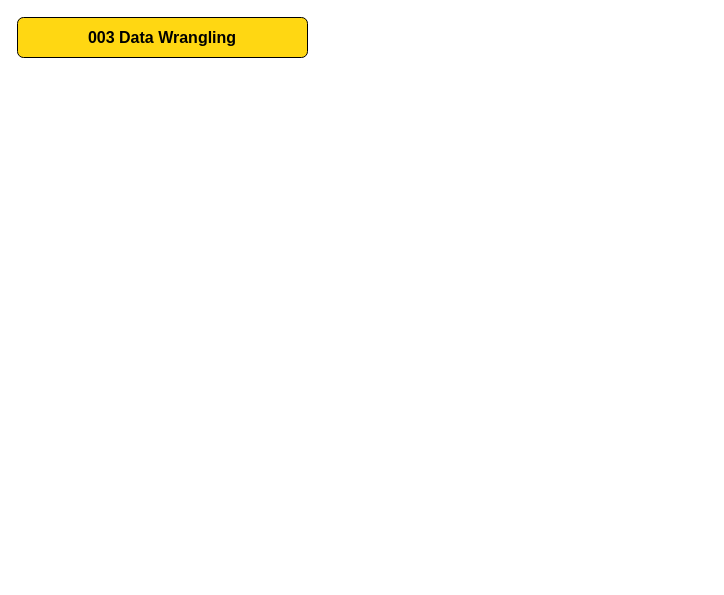
greyisbetter/docs keeps this draw.io diagram as datawrangling.drawio. Above is the earlier version. Source tidied: cells renumbered, new cells numbered last; positions are measured from the earlier drawing's top-left corner, leaving out a move shared by most shapes. Both pictures are drawn from the tidied source at 100%, with x=0, y=0 at pixel (17, 17).
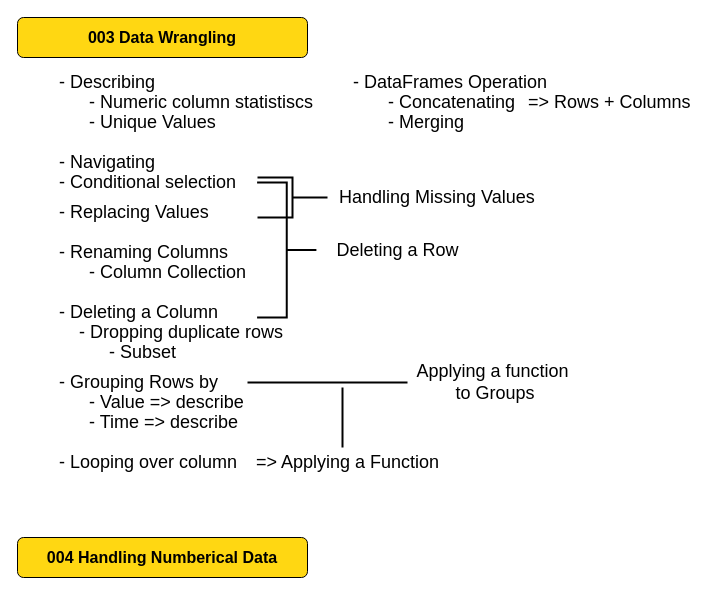
The same page after the edit.

Change to the diagram source:
```diff
@@
+    <mxCell id="3" value="- Describing" style="text;html=1;align=left;verticalAlign=middle;strokeColor=none;fillColor=none;fontSize=18;" parent="1" vertex="1">
+      <mxGeometry x="40" y="50" width="110" height="30" as="geometry" />
+    </mxCell>
+    <mxCell id="4" value="- Navigating" style="text;html=1;align=left;verticalAlign=middle;strokeColor=none;fillColor=none;fontSize=18;" parent="1" vertex="1">
+      <mxGeometry x="40" y="130" width="110" height="30" as="geometry" />
+    </mxCell>
+    <mxCell id="5" value="- Conditional selection" style="text;html=1;align=left;verticalAlign=middle;strokeColor=none;fillColor=none;fontSize=18;" parent="1" vertex="1">
+      <mxGeometry x="40" y="150" width="190" height="30" as="geometry" />
+    </mxCell>
+    <mxCell id="6" value="- Replacing Values" style="text;html=1;align=left;verticalAlign=middle;strokeColor=none;fillColor=none;fontSize=18;" parent="1" vertex="1">
+      <mxGeometry x="40" y="180" width="170" height="30" as="geometry" />
+    </mxCell>
+    <mxCell id="7" value="- Renaming Columns" style="text;html=1;align=left;verticalAlign=middle;strokeColor=none;fillColor=none;fontSize=18;" parent="1" vertex="1">
+      <mxGeometry x="40" y="220" width="180" height="30" as="geometry" />
+    </mxCell>
+    <mxCell id="8" value="- Column Collection" style="text;html=1;align=left;verticalAlign=middle;strokeColor=none;fillColor=none;fontSize=18;" parent="1" vertex="1">
+      <mxGeometry x="70" y="240" width="170" height="30" as="geometry" />
+    </mxCell>
+    <mxCell id="9" value="- Numeric column statistiscs" style="text;html=1;align=left;verticalAlign=middle;strokeColor=none;fillColor=none;fontSize=18;" parent="1" vertex="1">
+      <mxGeometry x="70" y="70" width="240" height="30" as="geometry" />
+    </mxCell>
+    <mxCell id="10" value="- Unique Values" style="text;html=1;align=left;verticalAlign=middle;strokeColor=none;fillColor=none;fontSize=18;" parent="1" vertex="1">
+      <mxGeometry x="70" y="90" width="140" height="30" as="geometry" />
+    </mxCell>
+    <mxCell id="11" value="Handling Missing Values" style="text;html=1;align=left;verticalAlign=middle;strokeColor=none;fillColor=none;fontSize=18;" parent="1" vertex="1">
+      <mxGeometry x="320" y="165" width="210" height="30" as="geometry" />
+    </mxCell>
+    <mxCell id="12" value="- Deleting a Column" style="text;html=1;align=left;verticalAlign=middle;strokeColor=none;fillColor=none;fontSize=18;" parent="1" vertex="1">
+      <mxGeometry x="40" y="280" width="170" height="30" as="geometry" />
+    </mxCell>
+    <mxCell id="13" style="strokeWidth=2;html=1;shape=mxgraph.flowchart.annotation_2;align=left;labelPosition=right;fontSize=18;rotation=-180;" parent="1" vertex="1">
+      <mxGeometry x="239.6" y="165" width="59.3" height="135" as="geometry" />
+    </mxCell>
+    <mxCell id="14" style="strokeWidth=2;html=1;shape=mxgraph.flowchart.annotation_2;align=left;labelPosition=right;fontSize=18;rotation=-180;" parent="1" vertex="1">
+      <mxGeometry x="240" y="160" width="70" height="40" as="geometry" />
+    </mxCell>
+    <mxCell id="15" value="Deleting a Row" style="text;html=1;align=center;verticalAlign=middle;strokeColor=none;fillColor=none;fontSize=18;" parent="1" vertex="1">
+      <mxGeometry x="310" y="217.5" width="140" height="30" as="geometry" />
+    </mxCell>
+    <mxCell id="16" value="- Dropping duplicate rows" style="text;html=1;align=left;verticalAlign=middle;strokeColor=none;fillColor=none;fontSize=18;" parent="1" vertex="1">
+      <mxGeometry x="60" y="300" width="220" height="30" as="geometry" />
+    </mxCell>
+    <mxCell id="17" value="- Subset" style="text;html=1;align=left;verticalAlign=middle;strokeColor=none;fillColor=none;fontSize=18;" parent="1" vertex="1">
+      <mxGeometry x="90" y="320" width="80" height="30" as="geometry" />
+    </mxCell>
+    <mxCell id="18" value="- Grouping Rows by&amp;nbsp;" style="text;html=1;align=left;verticalAlign=middle;strokeColor=none;fillColor=none;fontSize=18;" parent="1" vertex="1">
+      <mxGeometry x="40" y="350" width="180" height="30" as="geometry" />
+    </mxCell>
+    <mxCell id="19" value="- Value =&amp;gt; describe" style="text;html=1;align=left;verticalAlign=middle;strokeColor=none;fillColor=none;fontSize=18;" parent="1" vertex="1">
+      <mxGeometry x="70" y="370" width="170" height="30" as="geometry" />
+    </mxCell>
+    <mxCell id="20" value="- Time =&amp;gt; describe" style="text;html=1;align=left;verticalAlign=middle;strokeColor=none;fillColor=none;fontSize=18;" parent="1" vertex="1">
+      <mxGeometry x="70" y="390" width="160" height="30" as="geometry" />
+    </mxCell>
+    <mxCell id="21" value="- Looping over column" style="text;html=1;align=left;verticalAlign=middle;strokeColor=none;fillColor=none;fontSize=18;" parent="1" vertex="1">
+      <mxGeometry x="40" y="430" width="190" height="30" as="geometry" />
+    </mxCell>
+    <mxCell id="22" value="=&amp;gt; Applying a Function" style="text;html=1;align=center;verticalAlign=middle;strokeColor=none;fillColor=none;fontSize=18;" parent="1" vertex="1">
+      <mxGeometry x="230" y="430" width="200" height="30" as="geometry" />
+    </mxCell>
+    <mxCell id="23" style="line;strokeWidth=2;direction=south;html=1;fontSize=18;" parent="1" vertex="1">
+      <mxGeometry x="320" y="370" width="10" height="60" as="geometry" />
+    </mxCell>
+    <mxCell id="24" style="line;strokeWidth=2;html=1;fontSize=18;" parent="1" vertex="1">
+      <mxGeometry x="230" y="360" width="160" height="10" as="geometry" />
+    </mxCell>
+    <mxCell id="25" value="Applying a function&lt;br&gt;&amp;nbsp;to Groups" style="text;html=1;align=center;verticalAlign=middle;strokeColor=none;fillColor=none;fontSize=18;" parent="1" vertex="1">
+      <mxGeometry x="390" y="340" width="170" height="50" as="geometry" />
+    </mxCell>
+    <mxCell id="26" value="- DataFrames Operation" style="text;html=1;align=left;verticalAlign=middle;strokeColor=none;fillColor=none;fontSize=18;" parent="1" vertex="1">
+      <mxGeometry x="334" y="50" width="210" height="30" as="geometry" />
+    </mxCell>
+    <mxCell id="27" value="- Concatenating" style="text;html=1;align=left;verticalAlign=middle;strokeColor=none;fillColor=none;fontSize=18;" parent="1" vertex="1">
+      <mxGeometry x="369" y="70" width="140" height="30" as="geometry" />
+    </mxCell>
+    <mxCell id="28" value="- Merging" style="text;html=1;align=left;verticalAlign=middle;strokeColor=none;fillColor=none;fontSize=18;" parent="1" vertex="1">
+      <mxGeometry x="369" y="90" width="90" height="30" as="geometry" />
+    </mxCell>
+    <mxCell id="29" value="=&amp;gt; Rows + Columns" style="text;html=1;align=left;verticalAlign=middle;strokeColor=none;fillColor=none;fontSize=18;" parent="1" vertex="1">
+      <mxGeometry x="509" y="70" width="180" height="30" as="geometry" />
+    </mxCell>
+    <mxCell id="30" value="&lt;font size=&quot;3&quot;&gt;&lt;b&gt;004 Handling Numberical Data&lt;/b&gt;&lt;/font&gt;" style="rounded=1;whiteSpace=wrap;html=1;fillColor=#FFD712;" parent="1" vertex="1">
+      <mxGeometry y="520" width="290" height="40" as="geometry" />
+    </mxCell>
```
